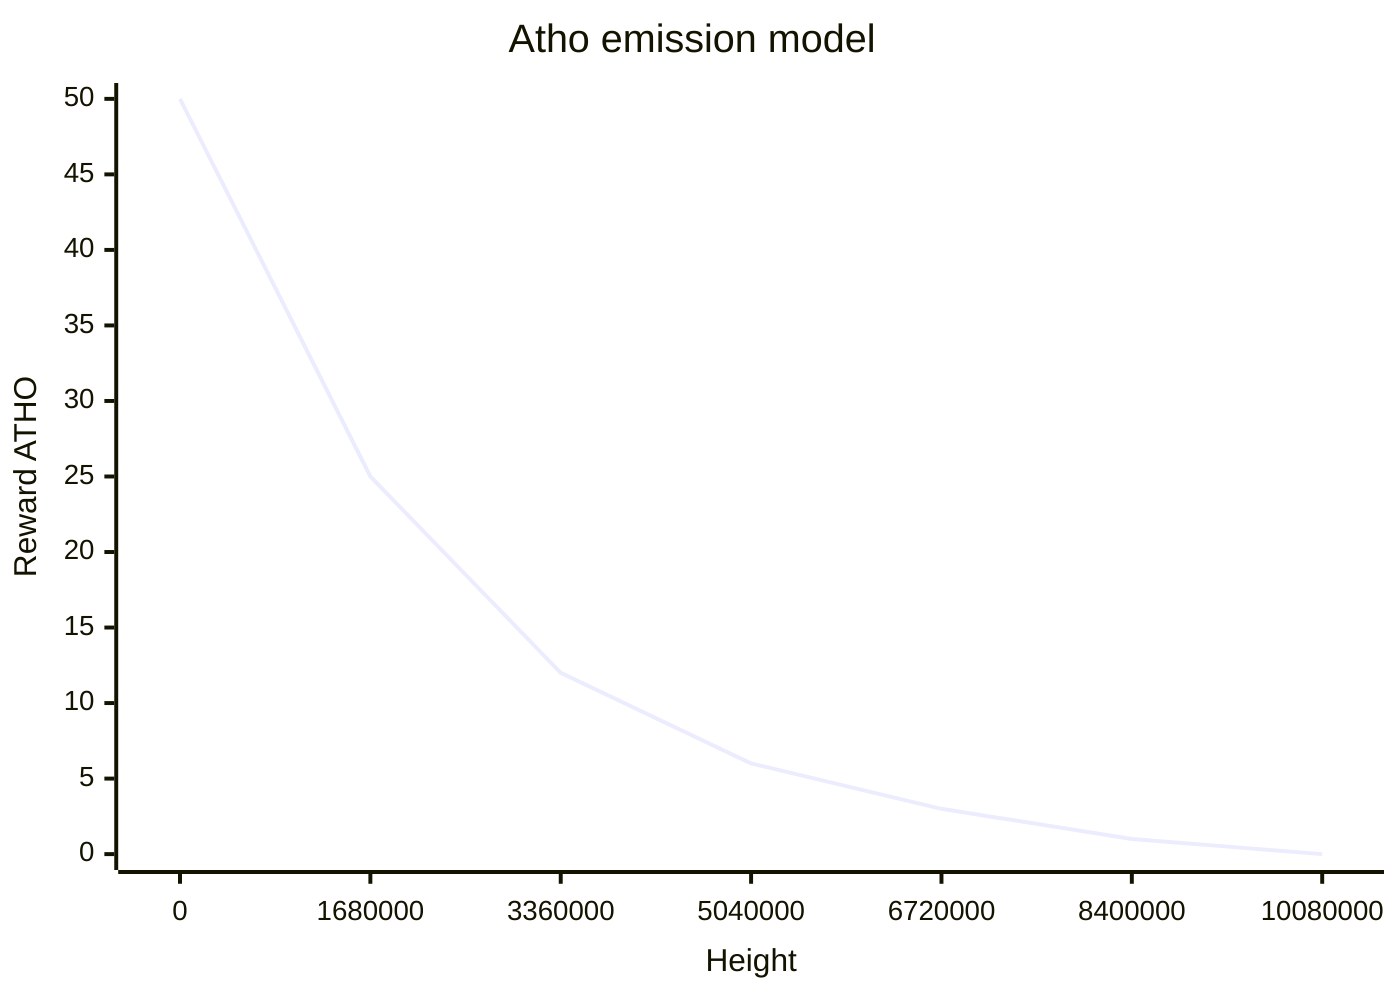
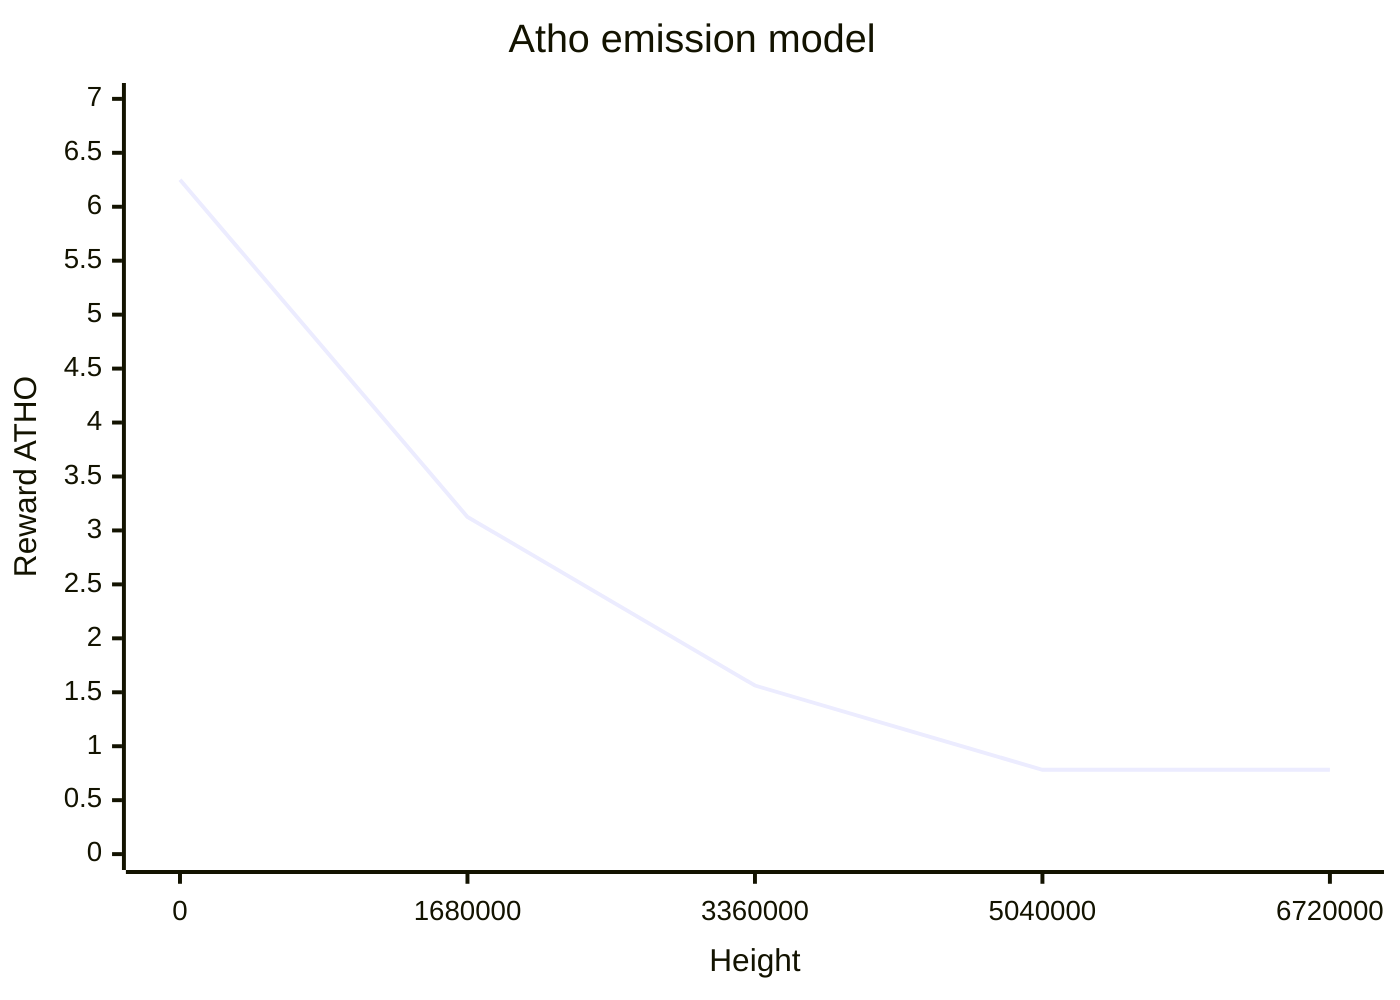
xychart-beta
    title "Atho emission model"
-     x-axis "Height" [0, 1680000, 3360000, 5040000, 6720000, 8400000, 10080000]
-     y-axis "Reward ATHO" 0 --> 50
-     line "Subsidy" [50, 25, 12, 6, 3, 1, 0]
+     x-axis "Height" [0, 1680000, 3360000, 5040000, 6720000]
+     y-axis "Reward ATHO" 0 --> 7
+     line "Subsidy" [6.25, 3.125, 1.5625, 0.78125, 0.78125]
